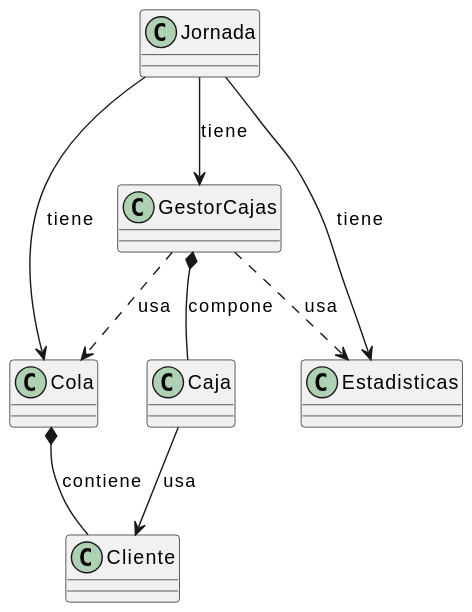
mmasias/24-25-IdSw2-SDD keeps this PlantUML diagram as modelosUML y svg/svg/DiagramaDeClasesV2.svg. Above is the earlier version. Its diagram source:
```plantuml
@startuml
class Cliente {
}

class Caja {
}

class Cola {
}

class Estadisticas {
}

class GestorCajas {
}

class Jornada {

}

Caja --> Cliente : usa
Cola *-- Cliente : contiene
GestorCajas *-- Caja : compone
GestorCajas ..> Cola : usa
GestorCajas ..> Estadisticas : usa
Jornada --> Cola : tiene
Jornada --> GestorCajas : tiene
Jornada --> Estadisticas : tiene
@enduml
```
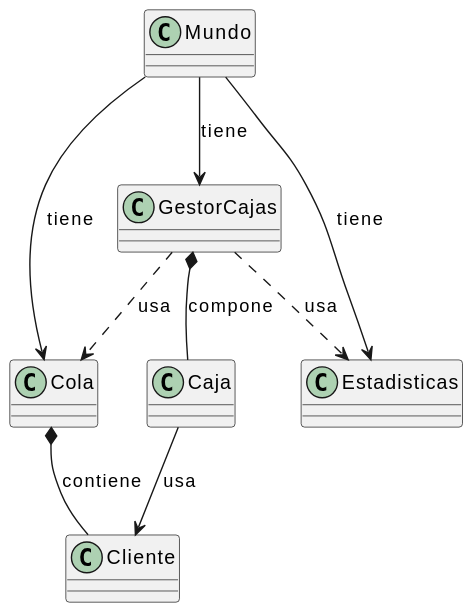
After the commit.

Diff of the diagram source:
```diff
@@ -14,7 +14,7 @@
 class GestorCajas {
 }
 
-class Jornada {
+class Mundo {
 
 }
 
@@ -23,7 +23,7 @@
 GestorCajas *-- Caja : compone
 GestorCajas ..> Cola : usa
 GestorCajas ..> Estadisticas : usa
-Jornada --> Cola : tiene
-Jornada --> GestorCajas : tiene
-Jornada --> Estadisticas : tiene
+Mundo --> Cola : tiene
+Mundo --> GestorCajas : tiene
+Mundo --> Estadisticas : tiene
 @enduml
```
